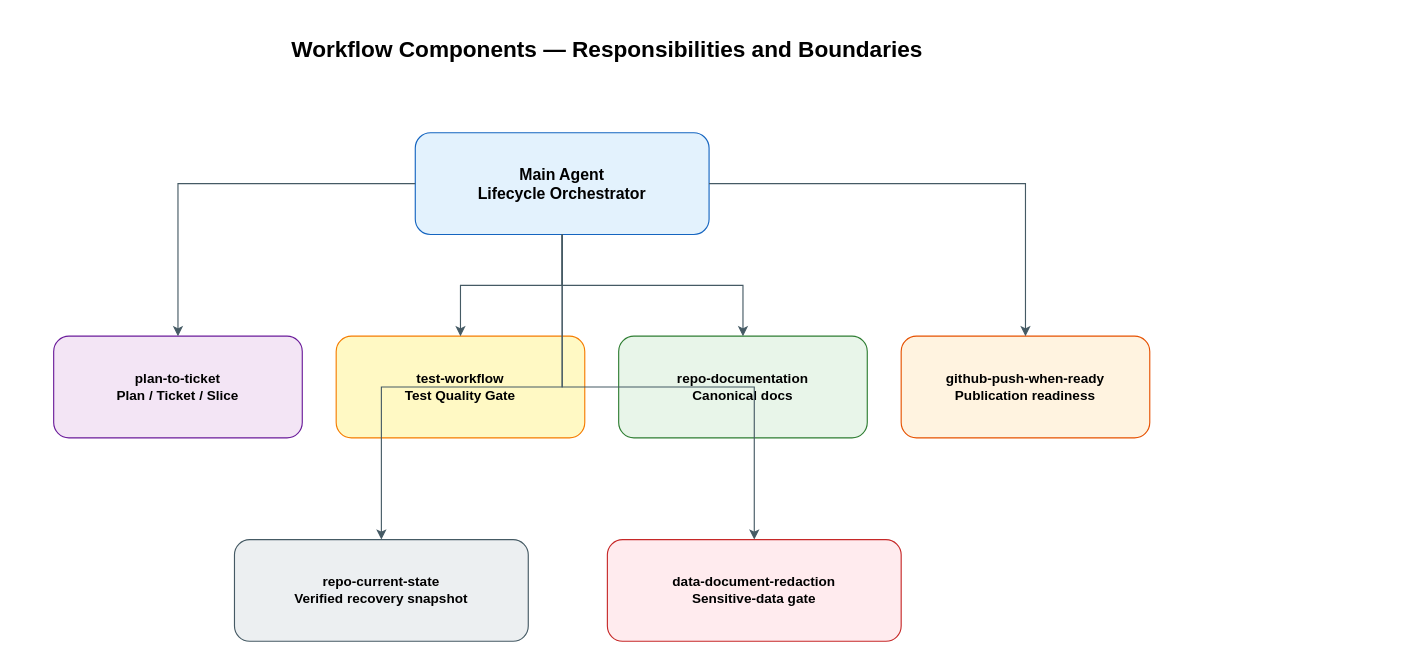
This is docs/diagrams/drawio/components-overview.drawio from i-zrhe2016/codex-development-workflow, a draw.io file, before an edit. Source tidied: cells renumbered, new cells numbered last; positions are measured from the earlier drawing's top-left corner, leaving out a move shared by most shapes. Both pictures are drawn from the tidied source at 113%, with x=0, y=0 at pixel (19, 19).
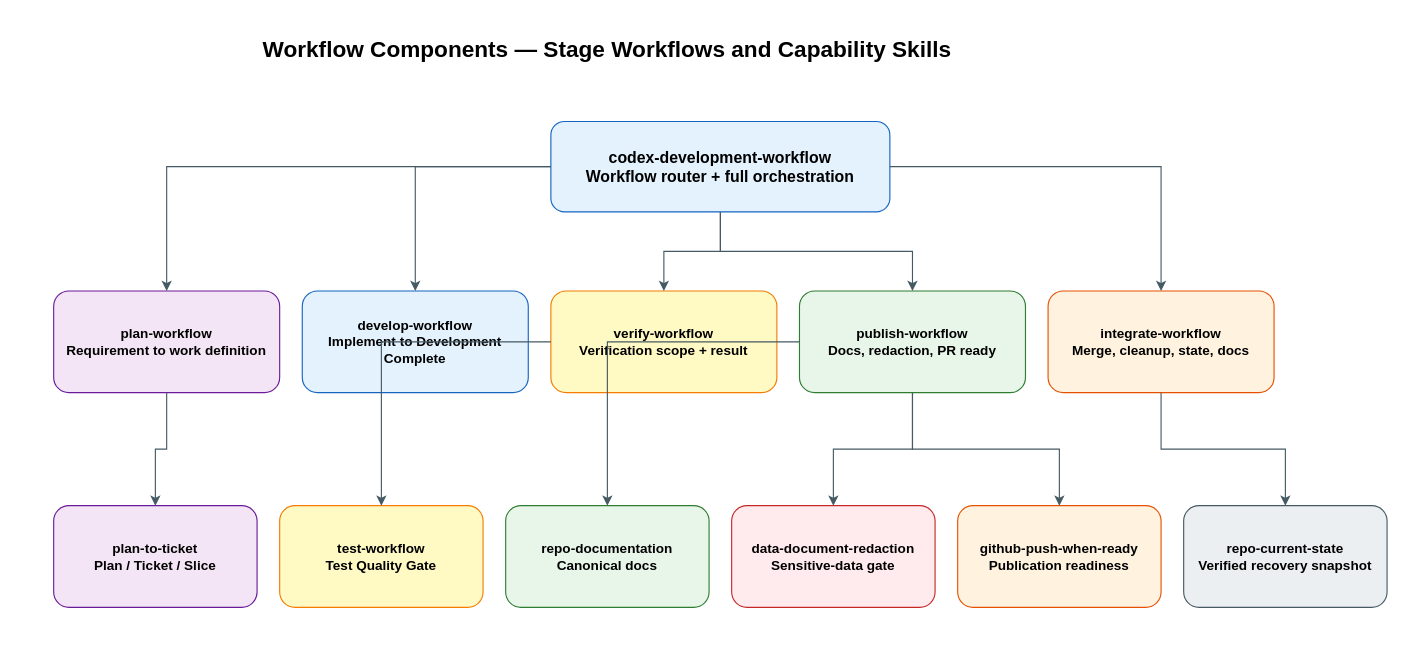
Above is the later version.

Diff of the diagram source:
```diff
@@
-    <mxCell id="2" value="Workflow Components — Responsibilities and Boundaries" style="rounded=1;whiteSpace=wrap;html=1;fillColor=#ffffff;strokeColor=none;fontFamily=Arial;fontSize=20;fontStyle=1;align=center;verticalAlign=middle;" parent="1" vertex="1">
+    <mxCell id="2" value="Workflow Components — Stage Workflows and Capability Skills" style="rounded=1;whiteSpace=wrap;html=1;fillColor=#ffffff;strokeColor=none;fontFamily=Arial;fontSize=20;fontStyle=1;align=center;verticalAlign=middle;" parent="1" vertex="1">
       <mxGeometry width="1040" height="50" as="geometry" />
     </mxCell>
-    <mxCell id="3" value="Main Agent&#10;Lifecycle Orchestrator" style="rounded=1;whiteSpace=wrap;html=1;fillColor=#e3f2fd;strokeColor=#1565c0;fontFamily=Arial;fontSize=14;align=center;verticalAlign=middle;spacing=8;fontStyle=1;" parent="1" vertex="1">
-      <mxGeometry x="350" y="100" width="260" height="90" as="geometry" />
+    <mxCell id="3" value="codex-development-workflow&#10;Workflow router + full orchestration" style="rounded=1;whiteSpace=wrap;html=1;fillColor=#e3f2fd;strokeColor=#1565c0;fontFamily=Arial;fontSize=14;align=center;verticalAlign=middle;spacing=8;fontStyle=1;" parent="1" vertex="1">
+      <mxGeometry x="470" y="90" width="300" height="80" as="geometry" />
     </mxCell>
     <mxCell id="4" value="plan-to-ticket&#10;Plan / Ticket / Slice" style="rounded=1;whiteSpace=wrap;html=1;fillColor=#f3e5f5;strokeColor=#6a1b9a;fontFamily=Arial;fontSize=12;align=center;verticalAlign=middle;spacing=8;fontStyle=1;" parent="1" vertex="1">
-      <mxGeometry x="30" y="280" width="220" height="90" as="geometry" />
+      <mxGeometry x="30" y="430" width="180" height="90" as="geometry" />
     </mxCell>
     <mxCell id="5" value="test-workflow&#10;Test Quality Gate" style="rounded=1;whiteSpace=wrap;html=1;fillColor=#fff9c4;strokeColor=#f57c00;fontFamily=Arial;fontSize=12;align=center;verticalAlign=middle;spacing=8;fontStyle=1;" parent="1" vertex="1">
-      <mxGeometry x="280" y="280" width="220" height="90" as="geometry" />
+      <mxGeometry x="230" y="430" width="180" height="90" as="geometry" />
     </mxCell>
     <mxCell id="6" value="repo-documentation&#10;Canonical docs" style="rounded=1;whiteSpace=wrap;html=1;fillColor=#e8f5e9;strokeColor=#2e7d32;fontFamily=Arial;fontSize=12;align=center;verticalAlign=middle;spacing=8;fontStyle=1;" parent="1" vertex="1">
-      <mxGeometry x="530" y="280" width="220" height="90" as="geometry" />
+      <mxGeometry x="430" y="430" width="180" height="90" as="geometry" />
     </mxCell>
     <mxCell id="7" value="github-push-when-ready&#10;Publication readiness" style="rounded=1;whiteSpace=wrap;html=1;fillColor=#fff3e0;strokeColor=#e65100;fontFamily=Arial;fontSize=12;align=center;verticalAlign=middle;spacing=8;fontStyle=1;" parent="1" vertex="1">
-      <mxGeometry x="780" y="280" width="220" height="90" as="geometry" />
+      <mxGeometry x="830" y="430" width="180" height="90" as="geometry" />
     </mxCell>
     <mxCell id="8" value="repo-current-state&#10;Verified recovery snapshot" style="rounded=1;whiteSpace=wrap;html=1;fillColor=#eceff1;strokeColor=#455a64;fontFamily=Arial;fontSize=12;align=center;verticalAlign=middle;spacing=8;fontStyle=1;" parent="1" vertex="1">
-      <mxGeometry x="190" y="460" width="260" height="90" as="geometry" />
+      <mxGeometry x="1030" y="430" width="180" height="90" as="geometry" />
     </mxCell>
     <mxCell id="9" value="data-document-redaction&#10;Sensitive-data gate" style="rounded=1;whiteSpace=wrap;html=1;fillColor=#ffebee;strokeColor=#c62828;fontFamily=Arial;fontSize=12;align=center;verticalAlign=middle;spacing=8;fontStyle=1;" parent="1" vertex="1">
-      <mxGeometry x="520" y="460" width="260" height="90" as="geometry" />
+      <mxGeometry x="630" y="430" width="180" height="90" as="geometry" />
     </mxCell>
+    <mxCell id="16" value="plan-workflow&#10;Requirement to work definition" style="rounded=1;whiteSpace=wrap;html=1;fillColor=#f3e5f5;strokeColor=#6a1b9a;fontFamily=Arial;fontSize=12;align=center;verticalAlign=middle;spacing=8;fontStyle=1;" parent="1" vertex="1">
+      <mxGeometry x="30" y="240" width="200" height="90" as="geometry" />
+    </mxCell>
+    <mxCell id="17" value="develop-workflow&#10;Implement to Development Complete" style="rounded=1;whiteSpace=wrap;html=1;fillColor=#e3f2fd;strokeColor=#1565c0;fontFamily=Arial;fontSize=12;align=center;verticalAlign=middle;spacing=8;fontStyle=1;" parent="1" vertex="1">
+      <mxGeometry x="250" y="240" width="200" height="90" as="geometry" />
+    </mxCell>
+    <mxCell id="18" value="verify-workflow&#10;Verification scope + result" style="rounded=1;whiteSpace=wrap;html=1;fillColor=#fff9c4;strokeColor=#f57c00;fontFamily=Arial;fontSize=12;align=center;verticalAlign=middle;spacing=8;fontStyle=1;" parent="1" vertex="1">
+      <mxGeometry x="470" y="240" width="200" height="90" as="geometry" />
+    </mxCell>
+    <mxCell id="19" value="publish-workflow&#10;Docs, redaction, PR ready" style="rounded=1;whiteSpace=wrap;html=1;fillColor=#e8f5e9;strokeColor=#2e7d32;fontFamily=Arial;fontSize=12;align=center;verticalAlign=middle;spacing=8;fontStyle=1;" parent="1" vertex="1">
+      <mxGeometry x="690" y="240" width="200" height="90" as="geometry" />
+    </mxCell>
+    <mxCell id="20" value="integrate-workflow&#10;Merge, cleanup, state, docs" style="rounded=1;whiteSpace=wrap;html=1;fillColor=#fff3e0;strokeColor=#e65100;fontFamily=Arial;fontSize=12;align=center;verticalAlign=middle;spacing=8;fontStyle=1;" parent="1" vertex="1">
+      <mxGeometry x="910" y="240" width="200" height="90" as="geometry" />
+    </mxCell>
+    <mxCell id="21" style="edgeStyle=orthogonalEdgeStyle;rounded=0;jettySize=auto;html=1;endArrow=classic;endFill=1;strokeColor=#455a64;fontColor=#455a64;fontFamily=Arial;fontSize=11;" parent="1" edge="1" source="3" target="16">
+      <mxGeometry relative="1" as="geometry" />
+    </mxCell>
+    <mxCell id="22" style="edgeStyle=orthogonalEdgeStyle;rounded=0;jettySize=auto;html=1;endArrow=classic;endFill=1;strokeColor=#455a64;fontColor=#455a64;fontFamily=Arial;fontSize=11;" parent="1" edge="1" source="3" target="17">
+      <mxGeometry relative="1" as="geometry" />
+    </mxCell>
+    <mxCell id="23" style="edgeStyle=orthogonalEdgeStyle;rounded=0;jettySize=auto;html=1;endArrow=classic;endFill=1;strokeColor=#455a64;fontColor=#455a64;fontFamily=Arial;fontSize=11;" parent="1" edge="1" source="3" target="18">
+      <mxGeometry relative="1" as="geometry" />
+    </mxCell>
+    <mxCell id="24" style="edgeStyle=orthogonalEdgeStyle;rounded=0;jettySize=auto;html=1;endArrow=classic;endFill=1;strokeColor=#455a64;fontColor=#455a64;fontFamily=Arial;fontSize=11;" parent="1" edge="1" source="3" target="19">
+      <mxGeometry relative="1" as="geometry" />
+    </mxCell>
+    <mxCell id="25" style="edgeStyle=orthogonalEdgeStyle;rounded=0;jettySize=auto;html=1;endArrow=classic;endFill=1;strokeColor=#455a64;fontColor=#455a64;fontFamily=Arial;fontSize=11;" parent="1" edge="1" source="3" target="20">
+      <mxGeometry relative="1" as="geometry" />
+    </mxCell>
-    <mxCell id="10" style="edgeStyle=orthogonalEdgeStyle;rounded=0;jettySize=auto;html=1;endArrow=classic;endFill=1;strokeColor=#455a64;fontColor=#455a64;fontFamily=Arial;fontSize=11;" parent="1" edge="1" source="3" target="4">
+    <mxCell id="10" style="edgeStyle=orthogonalEdgeStyle;rounded=0;jettySize=auto;html=1;endArrow=classic;endFill=1;strokeColor=#455a64;fontColor=#455a64;fontFamily=Arial;fontSize=11;" parent="1" edge="1" source="16" target="4">
       <mxGeometry relative="1" as="geometry" />
     </mxCell>
-    <mxCell id="11" style="edgeStyle=orthogonalEdgeStyle;rounded=0;jettySize=auto;html=1;endArrow=classic;endFill=1;strokeColor=#455a64;fontColor=#455a64;fontFamily=Arial;fontSize=11;" parent="1" edge="1" source="3" target="5">
+    <mxCell id="11" style="edgeStyle=orthogonalEdgeStyle;rounded=0;jettySize=auto;html=1;endArrow=classic;endFill=1;strokeColor=#455a64;fontColor=#455a64;fontFamily=Arial;fontSize=11;" parent="1" edge="1" source="18" target="5">
       <mxGeometry relative="1" as="geometry" />
     </mxCell>
-    <mxCell id="12" style="edgeStyle=orthogonalEdgeStyle;rounded=0;jettySize=auto;html=1;endArrow=classic;endFill=1;strokeColor=#455a64;fontColor=#455a64;fontFamily=Arial;fontSize=11;" parent="1" edge="1" source="3" target="6">
+    <mxCell id="12" style="edgeStyle=orthogonalEdgeStyle;rounded=0;jettySize=auto;html=1;endArrow=classic;endFill=1;strokeColor=#455a64;fontColor=#455a64;fontFamily=Arial;fontSize=11;" parent="1" edge="1" source="19" target="6">
       <mxGeometry relative="1" as="geometry" />
     </mxCell>
-    <mxCell id="13" style="edgeStyle=orthogonalEdgeStyle;rounded=0;jettySize=auto;html=1;endArrow=classic;endFill=1;strokeColor=#455a64;fontColor=#455a64;fontFamily=Arial;fontSize=11;" parent="1" edge="1" source="3" target="7">
+    <mxCell id="13" style="edgeStyle=orthogonalEdgeStyle;rounded=0;jettySize=auto;html=1;endArrow=classic;endFill=1;strokeColor=#455a64;fontColor=#455a64;fontFamily=Arial;fontSize=11;" parent="1" edge="1" source="19" target="7">
       <mxGeometry relative="1" as="geometry" />
     </mxCell>
+    <mxCell id="26" style="edgeStyle=orthogonalEdgeStyle;rounded=0;jettySize=auto;html=1;endArrow=classic;endFill=1;strokeColor=#455a64;fontColor=#455a64;fontFamily=Arial;fontSize=11;" parent="1" edge="1" source="19" target="9">
+      <mxGeometry relative="1" as="geometry" />
+    </mxCell>
-    <mxCell id="14" style="edgeStyle=orthogonalEdgeStyle;rounded=0;jettySize=auto;html=1;endArrow=classic;endFill=1;strokeColor=#455a64;fontColor=#455a64;fontFamily=Arial;fontSize=11;" parent="1" edge="1" source="3" target="8">
+    <mxCell id="14" style="edgeStyle=orthogonalEdgeStyle;rounded=0;jettySize=auto;html=1;endArrow=classic;endFill=1;strokeColor=#455a64;fontColor=#455a64;fontFamily=Arial;fontSize=11;" parent="1" edge="1" source="20" target="8">
       <mxGeometry relative="1" as="geometry" />
     </mxCell>
-    <mxCell id="15" style="edgeStyle=orthogonalEdgeStyle;rounded=0;jettySize=auto;html=1;endArrow=classic;endFill=1;strokeColor=#455a64;fontColor=#455a64;fontFamily=Arial;fontSize=11;" parent="1" edge="1" source="3" target="9">
-      <mxGeometry relative="1" as="geometry" />
-    </mxCell>
```
